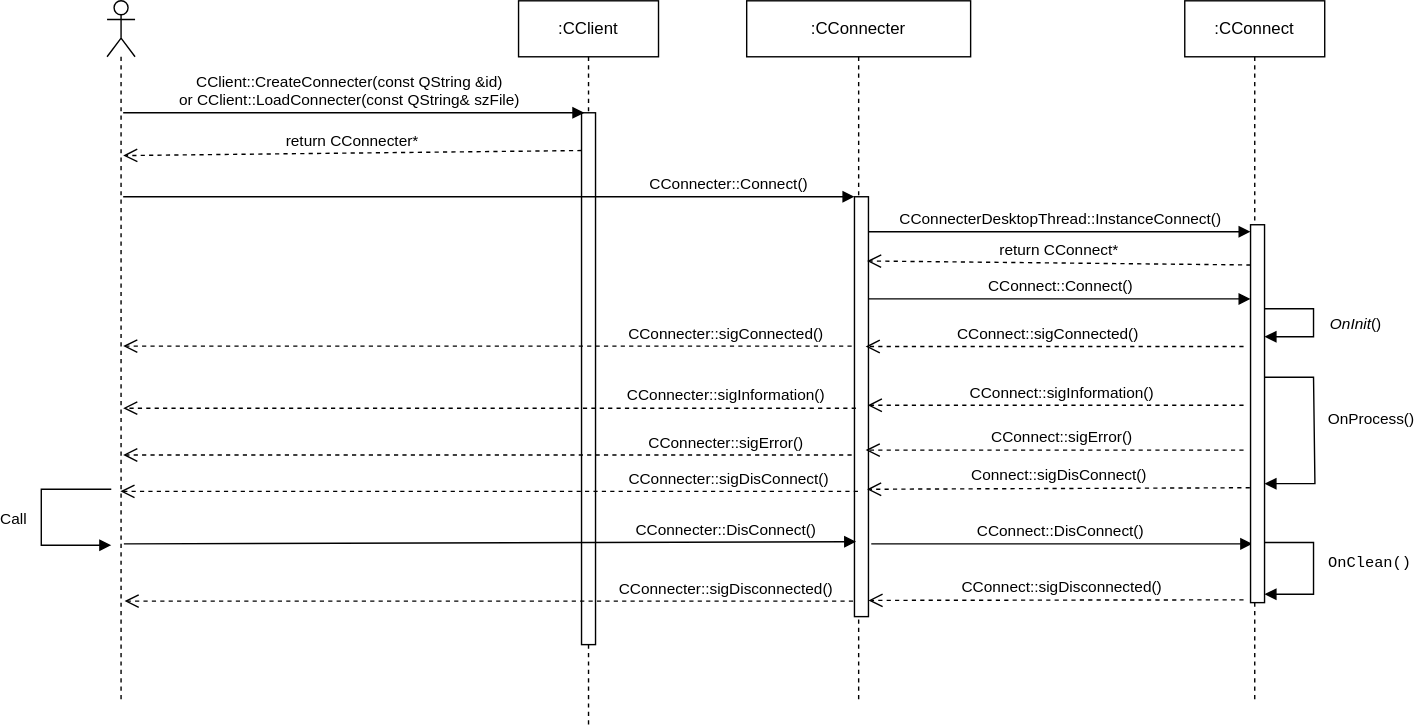
This is docs/Image/PluginClientSequenceDiagram.svg from KangLin/RabbitRemoteControl, a draw.io export, as it was before one commit. Source tidied: cells renumbered, new cells last; positions are measured from the earlier drawing's top-left corner, leaving out a move shared by most shapes.
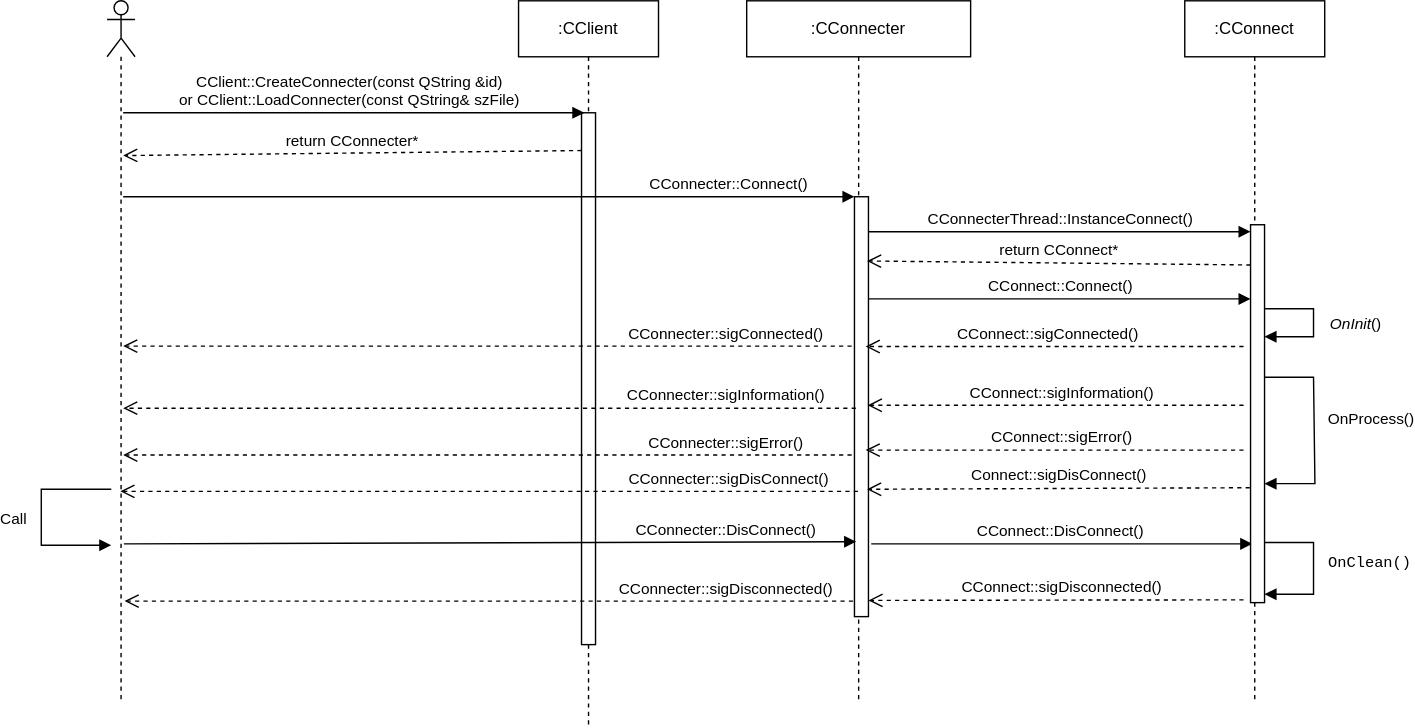
The same file after the commit.

Change to the diagram source:
```diff
@@ -94,7 +94,7 @@
         </Array>
       </mxGeometry>
     </mxCell>
-    <mxCell id="19" value="CConnecterDesktopThread::InstanceConnect()" style="html=1;verticalAlign=bottom;endArrow=block;entryX=0;entryY=0;rounded=0;fontColor=#000000;" parent="1" edge="1" source="6">
+    <mxCell id="19" value="CConnecterThread::InstanceConnect()" style="html=1;verticalAlign=bottom;endArrow=block;entryX=0;entryY=0;rounded=0;fontColor=#000000;" parent="1" edge="1" source="6">
       <mxGeometry relative="1" as="geometry">
         <mxPoint x="864" y="165" as="targetPoint" />
       </mxGeometry>
```
